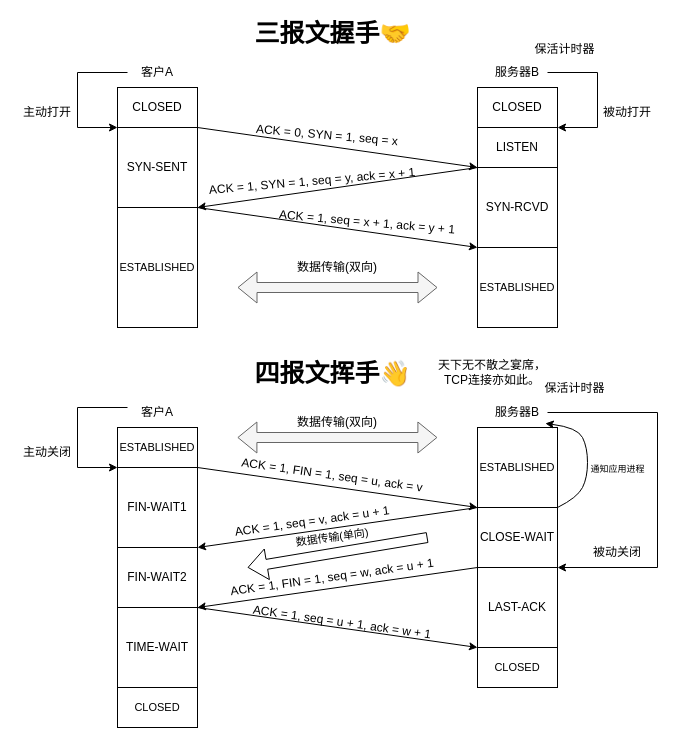
Earlier version of the draw.io diagram 绘图/三报文握手.drawio (galaxynn/PostgraduateEntranceExams). Source tidied: cells renumbered, new cells numbered last; positions are measured from the earlier drawing's top-left corner, leaving out a move shared by most shapes. Both pictures are drawn from the tidied source at 100%, with x=0, y=0 at pixel (17, 17).
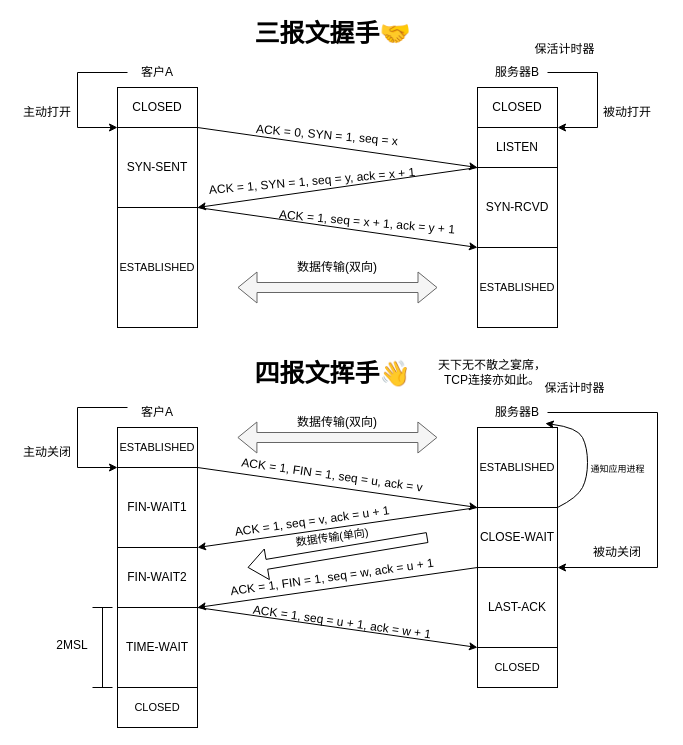
The same page after the edit.

Change to the diagram source:
```diff
@@
+    <mxCell id="57" style="shape=crossbar;whiteSpace=wrap;html=1;rounded=1;direction=south;" parent="1" vertex="1">
+      <mxGeometry x="75" y="590" width="20" height="80" as="geometry" />
+    </mxCell>
+    <mxCell id="58" value="2MSL" style="text;html=1;align=center;verticalAlign=middle;whiteSpace=wrap;rounded=0;" parent="1" vertex="1">
+      <mxGeometry x="25" y="613" width="60" height="30" as="geometry" />
+    </mxCell>
```
